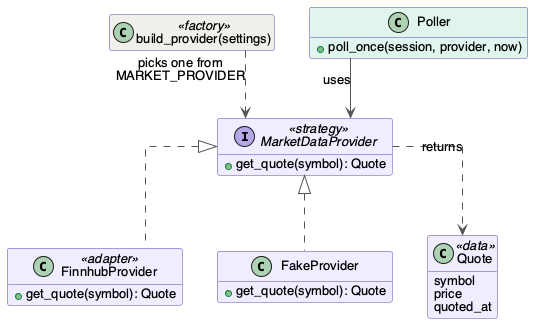
davislenover/BurnNEarn keeps this PlantUML diagram as docs/Design/SoftArchitecture/figures/market-providers.png. Above is the earlier version. The source it was exported from:
```plantuml
@startuml market-providers
skinparam shadowing false
skinparam defaultFontName Helvetica
skinparam defaultFontSize 13
skinparam linetype ortho
skinparam class {
  BackgroundColor #EEEDFE
  BorderColor #534AB7
  ArrowColor #555555
}
hide empty members

interface MarketDataProvider <<strategy>> {
  +get_quote(symbol): Quote
}

class FinnhubProvider <<adapter>> {
  +get_quote(symbol): Quote
}

class FakeProvider {
  +get_quote(symbol): Quote
}

class Quote <<data>> {
  symbol
  price
  quoted_at
}

class "build_provider(settings)" as factory <<factory>> #F1EFE8
class Poller #E1F5EE {
  +poll_once(session, provider, now)
}

MarketDataProvider <|.. FinnhubProvider
MarketDataProvider <|.. FakeProvider
MarketDataProvider ..> Quote : returns
factory ..> MarketDataProvider : picks one from\nMARKET_PROVIDER
Poller --> MarketDataProvider : uses
@enduml
```
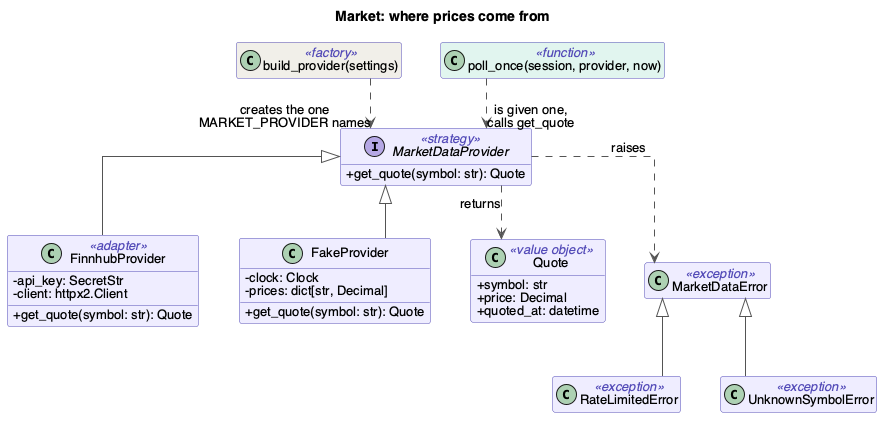
Later version of the same file.

Change to the diagram source:
```diff
@@ -1,41 +1,37 @@
 @startuml market-providers
-skinparam shadowing false
-skinparam defaultFontName Helvetica
-skinparam defaultFontSize 13
-skinparam linetype ortho
-skinparam class {
-  BackgroundColor #EEEDFE
-  BorderColor #534AB7
-  ArrowColor #555555
-}
-hide empty members
+!include style.iuml
+title Market: where prices come from
 
 interface MarketDataProvider <<strategy>> {
-  +get_quote(symbol): Quote
+  +get_quote(symbol: str): Quote
 }
+class FinnhubProvider <<adapter>> {
+  -api_key: SecretStr
+  -client: httpx2.Client
+  +get_quote(symbol: str): Quote
+}
+class FakeProvider {
+  -clock: Clock
+  -prices: dict[str, Decimal]
+  +get_quote(symbol: str): Quote
+}
+class Quote <<value object>> {
+  +symbol: str
+  +price: Decimal
+  +quoted_at: datetime
+}
+class MarketDataError <<exception>>
+class RateLimitedError <<exception>>
+class UnknownSymbolError <<exception>>
+class "build_provider(settings)" as factory <<factory>> #F1EFE8
+class "poll_once(session, provider, now)" as poll <<function>> #E1F5EE
 
-class FinnhubProvider <<adapter>> {
-  +get_quote(symbol): Quote
-}
-
-class FakeProvider {
-  +get_quote(symbol): Quote
-}
-
-class Quote <<data>> {
-  symbol
-  price
-  quoted_at
-}
-
-class "build_provider(settings)" as factory <<factory>> #F1EFE8
-class Poller #E1F5EE {
-  +poll_once(session, provider, now)
-}
-
-MarketDataProvider <|.. FinnhubProvider
-MarketDataProvider <|.. FakeProvider
+MarketDataProvider <|-- FinnhubProvider
+MarketDataProvider <|-- FakeProvider
 MarketDataProvider ..> Quote : returns
-factory ..> MarketDataProvider : picks one from\nMARKET_PROVIDER
-Poller --> MarketDataProvider : uses
+MarketDataProvider ..> MarketDataError : raises
+MarketDataError <|-- RateLimitedError
+MarketDataError <|-- UnknownSymbolError
+factory ..> MarketDataProvider : creates the one\nMARKET_PROVIDER names
+poll ..> MarketDataProvider : is given one,\ncalls get_quote
 @enduml
```
